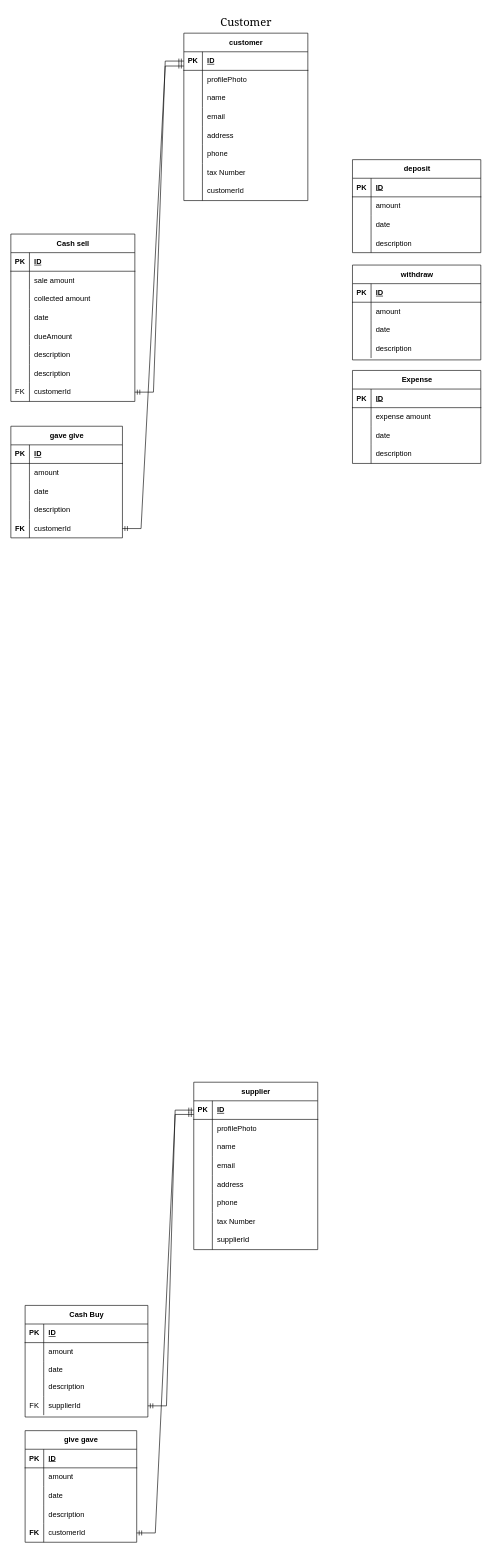
The draw.io diagram databases/diagram.drawio in devsrakib/esBook, before the edit. Source tidied: cells renumbered, new cells numbered last; positions are measured from the earlier drawing's top-left corner, leaving out a move shared by most shapes. Both pictures are drawn from the tidied source at 62%, with x=0, y=0 at pixel (11, 11).
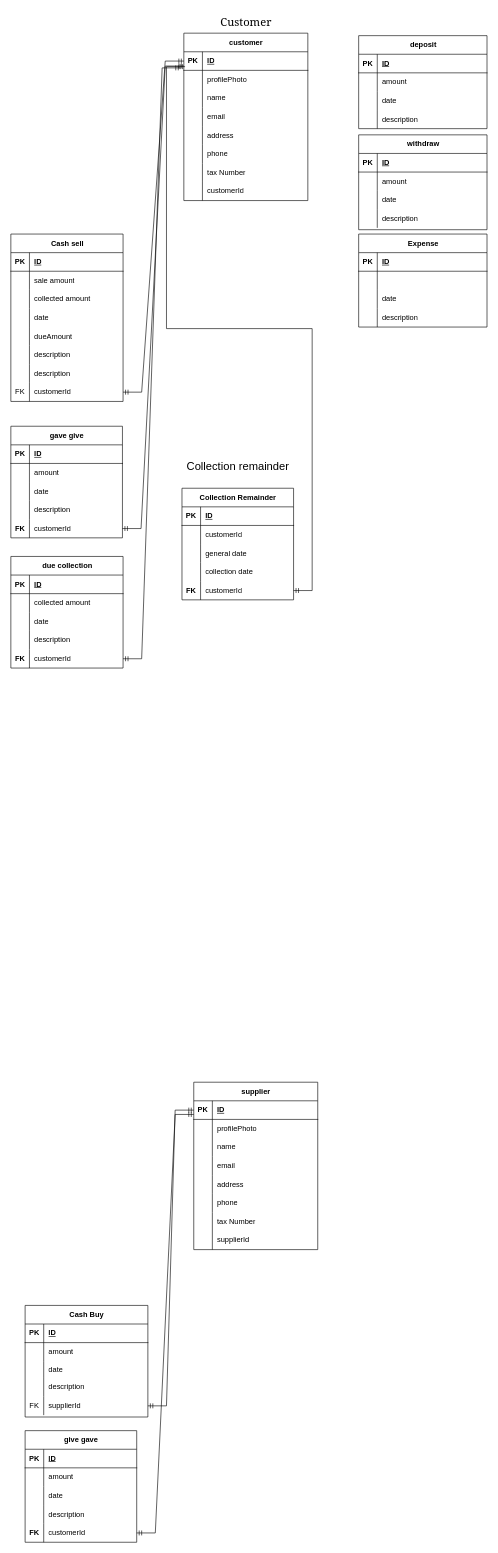
The same page after the edit.

Unchanged cells that the change refers to:
```xml
<mxCell id="97" style="shape=tableRow;horizontal=0;startSize=0;swimlaneHead=0;swimlaneBody=0;fillColor=none;top=0;left=0;right=0;bottom=0;" parent="93" vertex="1">
  <mxGeometry y="60" width="207" height="30" as="geometry" />
</mxCell>
```

The edit, as a diff of the source:
```diff
@@
     <mxCell id="27" value="Cash sell" style="shape=table;startSize=30;childLayout=tableLayout;rowLines=0;fontStyle=1;align=center;html=1;" parent="1" vertex="1">
-      <mxGeometry y="360" width="200" height="270" as="geometry" />
+      <mxGeometry y="360" width="181" height="270" as="geometry" />
     </mxCell>
     <mxCell id="28" style="shape=tableRow;horizontal=0;startSize=0;swimlaneHead=0;swimlaneBody=0;fillColor=none;top=0;left=0;right=0;bottom=1;" parent="27" vertex="1">
-      <mxGeometry y="30" width="200" height="30" as="geometry" />
+      <mxGeometry y="30" width="181" height="30" as="geometry" />
     </mxCell>
@@
     <mxCell id="30" value="ID" style="shape=partialRectangle;fillColor=none;top=0;left=0;bottom=0;right=0;align=left;spacingLeft=6;fontStyle=5;overflow=hidden;whiteSpace=wrap;html=1;" parent="28" vertex="1">
-      <mxGeometry x="30" width="170" height="30" as="geometry" />
+      <mxGeometry x="30" width="151" height="30" as="geometry" />
     </mxCell>
     <mxCell id="31" style="shape=tableRow;horizontal=0;startSize=0;swimlaneHead=0;swimlaneBody=0;fillColor=none;top=0;left=0;right=0;bottom=0;" parent="27" vertex="1">
-      <mxGeometry y="60" width="200" height="30" as="geometry" />
+      <mxGeometry y="60" width="181" height="30" as="geometry" />
     </mxCell>
@@
     <mxCell id="33" value="sale amount" style="shape=partialRectangle;fillColor=none;top=0;left=0;bottom=0;right=0;align=left;spacingLeft=6;overflow=hidden;whiteSpace=wrap;html=1;" parent="31" vertex="1">
-      <mxGeometry x="30" width="170" height="30" as="geometry" />
+      <mxGeometry x="30" width="151" height="30" as="geometry" />
     </mxCell>
     <mxCell id="34" style="shape=tableRow;horizontal=0;startSize=0;swimlaneHead=0;swimlaneBody=0;fillColor=none;top=0;left=0;right=0;bottom=0;" parent="27" vertex="1">
-      <mxGeometry y="90" width="200" height="30" as="geometry" />
+      <mxGeometry y="90" width="181" height="30" as="geometry" />
     </mxCell>
@@
     <mxCell id="36" value="collected amount" style="shape=partialRectangle;fillColor=none;top=0;left=0;bottom=0;right=0;align=left;spacingLeft=6;overflow=hidden;whiteSpace=wrap;html=1;" parent="34" vertex="1">
-      <mxGeometry x="30" width="170" height="30" as="geometry" />
+      <mxGeometry x="30" width="151" height="30" as="geometry" />
     </mxCell>
     <mxCell id="37" style="shape=tableRow;horizontal=0;startSize=0;swimlaneHead=0;swimlaneBody=0;fillColor=none;top=0;left=0;right=0;bottom=0;" parent="27" vertex="1">
-      <mxGeometry y="120" width="200" height="30" as="geometry" />
+      <mxGeometry y="120" width="181" height="30" as="geometry" />
     </mxCell>
@@
     <mxCell id="39" value="date" style="shape=partialRectangle;fillColor=none;top=0;left=0;bottom=0;right=0;align=left;spacingLeft=6;overflow=hidden;whiteSpace=wrap;html=1;" parent="37" vertex="1">
-      <mxGeometry x="30" width="170" height="30" as="geometry" />
+      <mxGeometry x="30" width="151" height="30" as="geometry" />
     </mxCell>
     <mxCell id="40" style="shape=tableRow;horizontal=0;startSize=0;swimlaneHead=0;swimlaneBody=0;fillColor=none;top=0;left=0;right=0;bottom=0;" parent="27" vertex="1">
-      <mxGeometry y="150" width="200" height="30" as="geometry" />
+      <mxGeometry y="150" width="181" height="30" as="geometry" />
     </mxCell>
@@
     <mxCell id="42" value="dueAmount" style="shape=partialRectangle;fillColor=none;top=0;left=0;bottom=0;right=0;align=left;spacingLeft=6;overflow=hidden;whiteSpace=wrap;html=1;" parent="40" vertex="1">
-      <mxGeometry x="30" width="170" height="30" as="geometry" />
+      <mxGeometry x="30" width="151" height="30" as="geometry" />
     </mxCell>
     <mxCell id="43" style="shape=tableRow;horizontal=0;startSize=0;swimlaneHead=0;swimlaneBody=0;fillColor=none;top=0;left=0;right=0;bottom=0;" parent="27" vertex="1">
-      <mxGeometry y="180" width="200" height="30" as="geometry" />
+      <mxGeometry y="180" width="181" height="30" as="geometry" />
     </mxCell>
@@
     <mxCell id="45" value="description" style="shape=partialRectangle;fillColor=none;top=0;left=0;bottom=0;right=0;align=left;spacingLeft=6;overflow=hidden;whiteSpace=wrap;html=1;" parent="43" vertex="1">
-      <mxGeometry x="30" width="170" height="30" as="geometry" />
+      <mxGeometry x="30" width="151" height="30" as="geometry" />
     </mxCell>
     <mxCell id="46" style="shape=tableRow;horizontal=0;startSize=0;swimlaneHead=0;swimlaneBody=0;fillColor=none;top=0;left=0;right=0;bottom=0;" parent="27" vertex="1">
-      <mxGeometry y="210" width="200" height="30" as="geometry" />
+      <mxGeometry y="210" width="181" height="30" as="geometry" />
     </mxCell>
@@
     <mxCell id="48" value="description" style="shape=partialRectangle;fillColor=none;top=0;left=0;bottom=0;right=0;align=left;spacingLeft=6;overflow=hidden;whiteSpace=wrap;html=1;" parent="46" vertex="1">
-      <mxGeometry x="30" width="170" height="30" as="geometry" />
+      <mxGeometry x="30" width="151" height="30" as="geometry" />
     </mxCell>
     <mxCell id="49" style="shape=tableRow;horizontal=0;startSize=0;swimlaneHead=0;swimlaneBody=0;fillColor=none;points=[[0,0.5],[1,0.5]];portConstraint=eastwest;top=0;left=0;right=0;bottom=0;" parent="27" vertex="1">
-      <mxGeometry y="240" width="200" height="30" as="geometry" />
+      <mxGeometry y="240" width="181" height="30" as="geometry" />
     </mxCell>
@@
     <mxCell id="51" value="customerId" style="shape=partialRectangle;fillColor=none;top=0;left=0;bottom=0;right=0;align=left;spacingLeft=6;overflow=hidden;whiteSpace=wrap;html=1;" parent="49" vertex="1">
-      <mxGeometry x="30" width="170" height="30" as="geometry" />
+      <mxGeometry x="30" width="151" height="30" as="geometry" />
     </mxCell>
@@
     <mxCell id="93" value="Expense" style="shape=table;startSize=30;childLayout=tableLayout;rowLines=0;fontStyle=1;align=center;html=1;" parent="1" vertex="1">
-      <mxGeometry x="551" y="580" width="207" height="150" as="geometry" />
+      <mxGeometry x="561" y="360" width="207" height="150" as="geometry" />
     </mxCell>
@@
-    <mxCell id="99" value="expense amount" style="shape=partialRectangle;fillColor=none;top=0;left=0;bottom=0;right=0;align=left;spacingLeft=6;overflow=hidden;whiteSpace=wrap;html=1;" parent="97" vertex="1">
+    <mxCell id="99" value="&amp;nbsp;" style="shape=partialRectangle;fillColor=none;top=0;left=0;bottom=0;right=0;align=left;spacingLeft=6;overflow=hidden;whiteSpace=wrap;html=1;" parent="97" vertex="1">
       <mxGeometry x="30" width="177" height="30" as="geometry" />
     </mxCell>
@@
     <mxCell id="106" value="withdraw" style="shape=table;startSize=30;childLayout=tableLayout;rowLines=0;fontStyle=1;align=center;html=1;" parent="1" vertex="1">
-      <mxGeometry x="551" y="410" width="207" height="153" as="geometry" />
+      <mxGeometry x="561" y="200" width="207" height="153" as="geometry" />
     </mxCell>
@@
     <mxCell id="122" value="deposit" style="shape=table;startSize=30;childLayout=tableLayout;rowLines=0;fontStyle=1;align=center;html=1;" parent="1" vertex="1">
-      <mxGeometry x="551" y="240" width="207" height="150" as="geometry" />
+      <mxGeometry x="561" y="40" width="207" height="150" as="geometry" />
     </mxCell>
@@
+    <mxCell id="169" value="due collection" style="shape=table;startSize=30;childLayout=tableLayout;rowLines=0;fontStyle=1;align=center;html=1;" parent="1" vertex="1">
+      <mxGeometry y="880" width="181" height="180" as="geometry" />
+    </mxCell>
+    <mxCell id="170" style="shape=tableRow;horizontal=0;startSize=0;swimlaneHead=0;swimlaneBody=0;fillColor=none;top=0;left=0;right=0;bottom=1;" parent="169" vertex="1">
+      <mxGeometry y="30" width="181" height="30" as="geometry" />
+    </mxCell>
+    <mxCell id="171" value="PK" style="shape=partialRectangle;fillColor=none;top=0;left=0;bottom=0;right=0;fontStyle=1;overflow=hidden;whiteSpace=wrap;html=1;" parent="170" vertex="1">
+      <mxGeometry width="30" height="30" as="geometry" />
+    </mxCell>
+    <mxCell id="172" value="ID" style="shape=partialRectangle;fillColor=none;top=0;left=0;bottom=0;right=0;align=left;spacingLeft=6;fontStyle=5;overflow=hidden;whiteSpace=wrap;html=1;" parent="170" vertex="1">
+      <mxGeometry x="30" width="151" height="30" as="geometry" />
+    </mxCell>
+    <mxCell id="173" style="shape=tableRow;horizontal=0;startSize=0;swimlaneHead=0;swimlaneBody=0;fillColor=none;top=0;left=0;right=0;bottom=0;" parent="169" vertex="1">
+      <mxGeometry y="60" width="181" height="30" as="geometry" />
+    </mxCell>
+    <mxCell id="174" style="shape=partialRectangle;fillColor=none;top=0;left=0;bottom=0;right=0;overflow=hidden;whiteSpace=wrap;html=1;" parent="173" vertex="1">
+      <mxGeometry width="30" height="30" as="geometry" />
+    </mxCell>
+    <mxCell id="175" value="collected amount" style="shape=partialRectangle;fillColor=none;top=0;left=0;bottom=0;right=0;align=left;spacingLeft=6;overflow=hidden;whiteSpace=wrap;html=1;" parent="173" vertex="1">
+      <mxGeometry x="30" width="151" height="30" as="geometry" />
+    </mxCell>
+    <mxCell id="176" style="shape=tableRow;horizontal=0;startSize=0;swimlaneHead=0;swimlaneBody=0;fillColor=none;top=0;left=0;right=0;bottom=0;" parent="169" vertex="1">
+      <mxGeometry y="90" width="181" height="30" as="geometry" />
+    </mxCell>
+    <mxCell id="177" style="shape=partialRectangle;fillColor=none;top=0;left=0;bottom=0;right=0;overflow=hidden;whiteSpace=wrap;html=1;" parent="176" vertex="1">
+      <mxGeometry width="30" height="30" as="geometry" />
+    </mxCell>
+    <mxCell id="178" value="date" style="shape=partialRectangle;fillColor=none;top=0;left=0;bottom=0;right=0;align=left;spacingLeft=6;overflow=hidden;whiteSpace=wrap;html=1;" parent="176" vertex="1">
+      <mxGeometry x="30" width="151" height="30" as="geometry" />
+    </mxCell>
+    <mxCell id="179" style="shape=tableRow;horizontal=0;startSize=0;swimlaneHead=0;swimlaneBody=0;fillColor=none;top=0;left=0;right=0;bottom=0;" parent="169" vertex="1">
+      <mxGeometry y="120" width="181" height="30" as="geometry" />
+    </mxCell>
+    <mxCell id="180" style="shape=partialRectangle;fillColor=none;top=0;left=0;bottom=0;right=0;overflow=hidden;whiteSpace=wrap;html=1;" parent="179" vertex="1">
+      <mxGeometry width="30" height="30" as="geometry" />
+    </mxCell>
+    <mxCell id="181" value="description" style="shape=partialRectangle;fillColor=none;top=0;left=0;bottom=0;right=0;align=left;spacingLeft=6;overflow=hidden;whiteSpace=wrap;html=1;" parent="179" vertex="1">
+      <mxGeometry x="30" width="151" height="30" as="geometry" />
+    </mxCell>
+    <mxCell id="182" style="shape=tableRow;horizontal=0;startSize=0;swimlaneHead=0;swimlaneBody=0;fillColor=none;points=[[0,0.5],[1,0.5]];portConstraint=eastwest;top=0;left=0;right=0;bottom=0;" parent="169" vertex="1">
+      <mxGeometry y="150" width="181" height="30" as="geometry" />
+    </mxCell>
+    <mxCell id="183" value="&lt;b&gt;FK&lt;/b&gt;" style="shape=partialRectangle;fillColor=none;top=0;left=0;bottom=0;right=0;overflow=hidden;whiteSpace=wrap;html=1;" parent="182" vertex="1">
+      <mxGeometry width="30" height="30" as="geometry" />
+    </mxCell>
+    <mxCell id="184" value="customerId" style="shape=partialRectangle;fillColor=none;top=0;left=0;bottom=0;right=0;align=left;spacingLeft=6;overflow=hidden;whiteSpace=wrap;html=1;" parent="182" vertex="1">
+      <mxGeometry x="30" width="151" height="30" as="geometry" />
+    </mxCell>
+    <mxCell id="185" style="edgeStyle=entityRelationEdgeStyle;fontSize=12;html=1;endArrow=ERmandOne;startArrow=ERmandOne;rounded=0;exitX=1;exitY=0.5;exitDx=0;exitDy=0;" parent="1" edge="1" source="182">
+      <mxGeometry relative="1" as="geometry">
+        <mxPoint x="274" y="92" as="targetPoint" />
+        <Array as="points">
+          <mxPoint x="178" y="155" />
+          <mxPoint x="380" y="335" />
+          <mxPoint x="378" y="355" />
+        </Array>
+      </mxGeometry>
+    </mxCell>
+    <mxCell id="186" value="&lt;font size=&quot;4&quot;&gt;Collection remainder&lt;/font&gt;" style="text;html=1;align=center;verticalAlign=middle;strokeColor=none;fillColor=none;" parent="1" vertex="1">
+      <mxGeometry x="271" y="720" width="190" height="30" as="geometry" />
+    </mxCell>
+    <mxCell id="187" value="Collection Remainder" style="shape=table;startSize=30;childLayout=tableLayout;rowLines=0;fontStyle=1;align=center;html=1;" parent="1" vertex="1">
+      <mxGeometry x="276" y="770" width="180" height="180" as="geometry" />
+    </mxCell>
+    <mxCell id="188" style="shape=tableRow;horizontal=0;startSize=0;swimlaneHead=0;swimlaneBody=0;fillColor=none;top=0;left=0;right=0;bottom=1;" parent="187" vertex="1">
+      <mxGeometry y="30" width="180" height="30" as="geometry" />
+    </mxCell>
+    <mxCell id="189" value="PK" style="shape=partialRectangle;fillColor=none;top=0;left=0;bottom=0;right=0;fontStyle=1;overflow=hidden;whiteSpace=wrap;html=1;" parent="188" vertex="1">
+      <mxGeometry width="30" height="30" as="geometry" />
+    </mxCell>
+    <mxCell id="190" value="ID" style="shape=partialRectangle;fillColor=none;top=0;left=0;bottom=0;right=0;align=left;spacingLeft=6;fontStyle=5;overflow=hidden;whiteSpace=wrap;html=1;" parent="188" vertex="1">
+      <mxGeometry x="30" width="150" height="30" as="geometry" />
+    </mxCell>
+    <mxCell id="191" style="shape=tableRow;horizontal=0;startSize=0;swimlaneHead=0;swimlaneBody=0;fillColor=none;top=0;left=0;right=0;bottom=0;" parent="187" vertex="1">
+      <mxGeometry y="60" width="180" height="30" as="geometry" />
+    </mxCell>
+    <mxCell id="192" style="shape=partialRectangle;fillColor=none;top=0;left=0;bottom=0;right=0;overflow=hidden;whiteSpace=wrap;html=1;" parent="191" vertex="1">
+      <mxGeometry width="30" height="30" as="geometry" />
+    </mxCell>
+    <mxCell id="193" value="customerId" style="shape=partialRectangle;fillColor=none;top=0;left=0;bottom=0;right=0;align=left;spacingLeft=6;overflow=hidden;whiteSpace=wrap;html=1;" parent="191" vertex="1">
+      <mxGeometry x="30" width="150" height="30" as="geometry" />
+    </mxCell>
+    <mxCell id="194" style="shape=tableRow;horizontal=0;startSize=0;swimlaneHead=0;swimlaneBody=0;fillColor=none;top=0;left=0;right=0;bottom=0;" parent="187" vertex="1">
+      <mxGeometry y="90" width="180" height="30" as="geometry" />
+    </mxCell>
+    <mxCell id="195" style="shape=partialRectangle;fillColor=none;top=0;left=0;bottom=0;right=0;overflow=hidden;whiteSpace=wrap;html=1;" parent="194" vertex="1">
+      <mxGeometry width="30" height="30" as="geometry" />
+    </mxCell>
+    <mxCell id="196" value="general date" style="shape=partialRectangle;fillColor=none;top=0;left=0;bottom=0;right=0;align=left;spacingLeft=6;overflow=hidden;whiteSpace=wrap;html=1;" parent="194" vertex="1">
+      <mxGeometry x="30" width="150" height="30" as="geometry" />
+    </mxCell>
+    <mxCell id="197" style="shape=tableRow;horizontal=0;startSize=0;swimlaneHead=0;swimlaneBody=0;fillColor=none;top=0;left=0;right=0;bottom=0;" parent="187" vertex="1">
+      <mxGeometry y="120" width="180" height="30" as="geometry" />
+    </mxCell>
+    <mxCell id="198" style="shape=partialRectangle;fillColor=none;top=0;left=0;bottom=0;right=0;overflow=hidden;whiteSpace=wrap;html=1;" parent="197" vertex="1">
+      <mxGeometry width="30" height="30" as="geometry" />
+    </mxCell>
+    <mxCell id="199" value="collection date" style="shape=partialRectangle;fillColor=none;top=0;left=0;bottom=0;right=0;align=left;spacingLeft=6;overflow=hidden;whiteSpace=wrap;html=1;" parent="197" vertex="1">
+      <mxGeometry x="30" width="150" height="30" as="geometry" />
+    </mxCell>
+    <mxCell id="200" style="shape=tableRow;horizontal=0;startSize=0;swimlaneHead=0;swimlaneBody=0;fillColor=none;points=[[0,0.5],[1,0.5]];portConstraint=eastwest;top=0;left=0;right=0;bottom=0;" parent="187" vertex="1">
+      <mxGeometry y="150" width="180" height="30" as="geometry" />
+    </mxCell>
+    <mxCell id="201" value="&lt;b&gt;FK&lt;/b&gt;" style="shape=partialRectangle;fillColor=none;top=0;left=0;bottom=0;right=0;overflow=hidden;whiteSpace=wrap;html=1;" parent="200" vertex="1">
+      <mxGeometry width="30" height="30" as="geometry" />
+    </mxCell>
+    <mxCell id="202" value="customerId" style="shape=partialRectangle;fillColor=none;top=0;left=0;bottom=0;right=0;align=left;spacingLeft=6;overflow=hidden;whiteSpace=wrap;html=1;" parent="200" vertex="1">
+      <mxGeometry x="30" width="150" height="30" as="geometry" />
+    </mxCell>
+    <mxCell id="203" style="edgeStyle=entityRelationEdgeStyle;fontSize=12;html=1;endArrow=ERmandOne;startArrow=ERmandOne;rounded=0;exitX=1;exitY=0.5;exitDx=0;exitDy=0;" parent="1" edge="1" source="200">
+      <mxGeometry relative="1" as="geometry">
+        <mxPoint x="281" y="90" as="targetPoint" />
+      </mxGeometry>
+    </mxCell>
```
